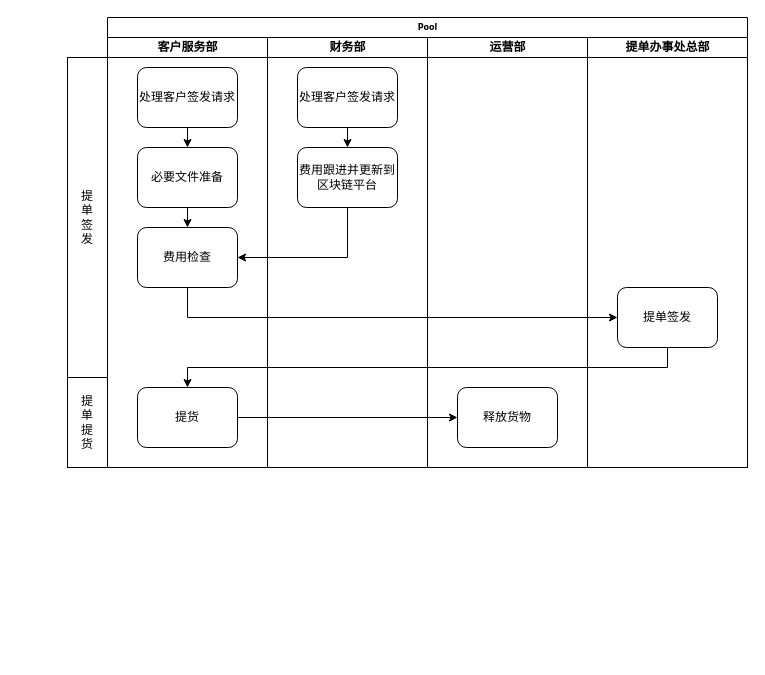
Above: 指示提单全流程优化后.drawio in huangdamon/taobao_catch (draw.io), before the change. Source tidied: cells renumbered, new cells numbered last; positions are measured from the earlier drawing's top-left corner, leaving out a move shared by most shapes. Both pictures are drawn from the tidied source at 100%, with x=0, y=0 at pixel (67, 17).
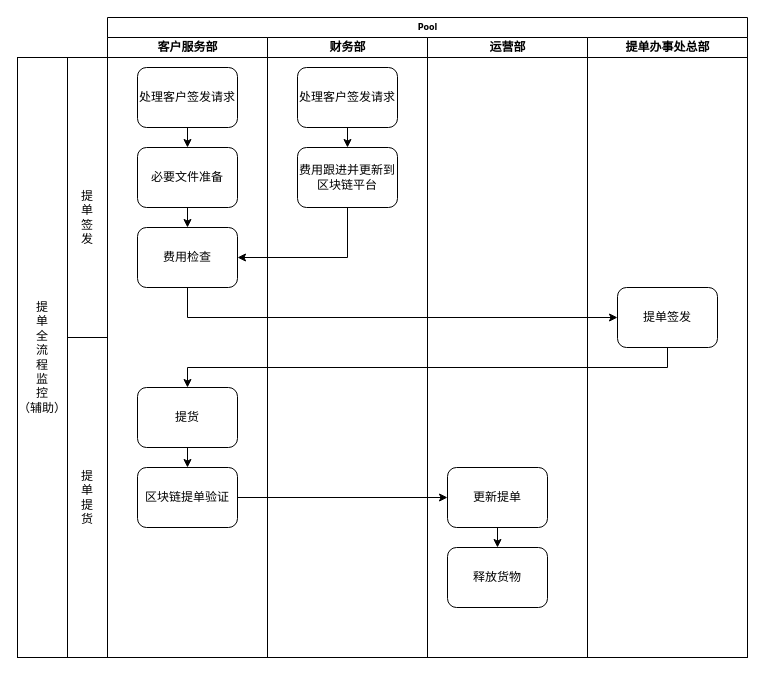
The same diagram, later.

Commit message (it also covers changes not shown here):
Update 指示提单全流程优化后.drawio

Unchanged cells that the change refers to:
```xml
<mxCell id="8" value="&lt;font style=&quot;font-size: 12px;&quot;&gt;费用检查&lt;/font&gt;" style="rounded=1;whiteSpace=wrap;html=1;shadow=0;labelBackgroundColor=none;strokeWidth=1;fontFamily=Verdana;fontSize=8;align=center;" parent="3" vertex="1">
  <mxGeometry x="30" y="190" width="100" height="60" as="geometry" />
</mxCell>
<mxCell id="9" value="&lt;font style=&quot;font-size: 12px;&quot;&gt;提货&lt;/font&gt;" style="rounded=1;whiteSpace=wrap;html=1;shadow=0;labelBackgroundColor=none;strokeWidth=1;fontFamily=Verdana;fontSize=8;align=center;" parent="3" vertex="1">
  <mxGeometry x="30" y="350" width="100" height="60" as="geometry" />
</mxCell>
<mxCell id="17" value="&lt;font style=&quot;font-size: 12px;&quot;&gt;提单签发&lt;/font&gt;" style="rounded=1;whiteSpace=wrap;html=1;shadow=0;labelBackgroundColor=none;strokeWidth=1;fontFamily=Verdana;fontSize=8;align=center;" parent="16" vertex="1">
  <mxGeometry x="30" y="250" width="100" height="60" as="geometry" />
</mxCell>
```

Diff of the diagram source:
```diff
@@
     <mxCell id="2" value="Pool" style="swimlane;html=1;startSize=20;rounded=0;shadow=0;labelBackgroundColor=none;strokeWidth=1;fontFamily=Verdana;fontSize=8;align=center;" parent="1" vertex="1">
-      <mxGeometry x="40" width="640" height="450" as="geometry" />
+      <mxGeometry x="40" width="640" height="640" as="geometry" />
     </mxCell>
     <mxCell id="3" value="客户服务部" style="swimlane;html=1;startSize=20;" parent="2" vertex="1">
-      <mxGeometry y="20" width="160" height="430" as="geometry" />
+      <mxGeometry y="20" width="160" height="620" as="geometry" />
     </mxCell>
@@
+    <mxCell id="24" style="edgeStyle=orthogonalEdgeStyle;rounded=0;jettySize=auto;html=1;exitX=0.5;exitY=1;exitDx=0;exitDy=0;entryX=0.5;entryY=0;entryDx=0;entryDy=0;" parent="3" edge="1" source="9" target="25">
+      <mxGeometry relative="1" as="geometry" />
+    </mxCell>
@@
+    <mxCell id="25" value="&lt;font style=&quot;font-size: 12px;&quot;&gt;区块链提单验证&lt;/font&gt;" style="rounded=1;whiteSpace=wrap;html=1;shadow=0;labelBackgroundColor=none;strokeWidth=1;fontFamily=Verdana;fontSize=8;align=center;" parent="3" vertex="1">
+      <mxGeometry x="30" y="430" width="100" height="60" as="geometry" />
+    </mxCell>
     <mxCell id="10" value="财务部" style="swimlane;html=1;startSize=20;" parent="2" vertex="1">
-      <mxGeometry x="160" y="20" width="160" height="430" as="geometry" />
+      <mxGeometry x="160" y="20" width="160" height="620" as="geometry" />
     </mxCell>
@@
     <mxCell id="14" value="运营部" style="swimlane;html=1;startSize=20;" parent="2" vertex="1">
-      <mxGeometry x="320" y="20" width="160" height="430" as="geometry" />
+      <mxGeometry x="320" y="20" width="160" height="620" as="geometry" />
     </mxCell>
+    <mxCell id="26" style="edgeStyle=orthogonalEdgeStyle;rounded=0;jettySize=auto;html=1;exitX=0.5;exitY=1;exitDx=0;exitDy=0;entryX=0.5;entryY=0;entryDx=0;entryDy=0;" parent="14" edge="1" source="15" target="27">
+      <mxGeometry relative="1" as="geometry" />
+    </mxCell>
-    <mxCell id="15" value="&lt;font style=&quot;font-size: 12px;&quot;&gt;释放货物&lt;/font&gt;" style="rounded=1;whiteSpace=wrap;html=1;shadow=0;labelBackgroundColor=none;strokeWidth=1;fontFamily=Verdana;fontSize=8;align=center;" parent="14" vertex="1">
-      <mxGeometry x="30" y="350" width="100" height="60" as="geometry" />
+    <mxCell id="15" value="&lt;span style=&quot;font-size: 12px;&quot;&gt;更新提单&lt;/span&gt;" style="rounded=1;whiteSpace=wrap;html=1;shadow=0;labelBackgroundColor=none;strokeWidth=1;fontFamily=Verdana;fontSize=8;align=center;" parent="14" vertex="1">
+      <mxGeometry x="20" y="430" width="100" height="60" as="geometry" />
     </mxCell>
+    <mxCell id="27" value="&lt;font style=&quot;font-size: 12px;&quot;&gt;释放货物&lt;/font&gt;" style="rounded=1;whiteSpace=wrap;html=1;shadow=0;labelBackgroundColor=none;strokeWidth=1;fontFamily=Verdana;fontSize=8;align=center;" parent="14" vertex="1">
+      <mxGeometry x="20" y="510" width="100" height="60" as="geometry" />
+    </mxCell>
     <mxCell id="16" value="提单办事处总部" style="swimlane;html=1;startSize=20;" parent="2" vertex="1">
-      <mxGeometry x="480" y="20" width="160" height="430" as="geometry" />
+      <mxGeometry x="480" y="20" width="160" height="620" as="geometry" />
     </mxCell>
@@
-    <mxCell id="19" style="edgeStyle=orthogonalEdgeStyle;rounded=0;jettySize=auto;html=1;exitX=1;exitY=0.5;exitDx=0;exitDy=0;" parent="2" edge="1" source="9" target="15">
-      <mxGeometry relative="1" as="geometry" />
-    </mxCell>
+    <mxCell id="21" style="edgeStyle=orthogonalEdgeStyle;rounded=0;jettySize=auto;html=1;exitX=0.5;exitY=1;exitDx=0;exitDy=0;entryX=0;entryY=0.5;entryDx=0;entryDy=0;" parent="2" edge="1" source="8" target="17">
+      <mxGeometry relative="1" as="geometry" />
+    </mxCell>
-    <mxCell id="20" style="edgeStyle=orthogonalEdgeStyle;rounded=0;jettySize=auto;html=1;exitX=0.5;exitY=1;exitDx=0;exitDy=0;entryX=0.5;entryY=0;entryDx=0;entryDy=0;" parent="2" edge="1" source="17" target="9">
-      <mxGeometry relative="1" as="geometry">
-        <Array as="points">
-          <mxPoint x="80" y="350" />
-        </Array>
-      </mxGeometry>
+    <mxCell id="20" style="edgeStyle=orthogonalEdgeStyle;rounded=0;jettySize=auto;html=1;exitX=0.5;exitY=1;exitDx=0;exitDy=0;" parent="2" edge="1" source="17" target="9">
+      <mxGeometry relative="1" as="geometry" />
     </mxCell>
-    <mxCell id="21" style="edgeStyle=orthogonalEdgeStyle;rounded=0;jettySize=auto;html=1;exitX=0.5;exitY=1;exitDx=0;exitDy=0;entryX=0;entryY=0.5;entryDx=0;entryDy=0;" parent="2" edge="1" source="8" target="17">
-      <mxGeometry relative="1" as="geometry" />
-    </mxCell>
+    <mxCell id="28" style="edgeStyle=orthogonalEdgeStyle;rounded=0;jettySize=auto;html=1;exitX=1;exitY=0.5;exitDx=0;exitDy=0;entryX=0;entryY=0.5;entryDx=0;entryDy=0;" parent="2" edge="1" source="25" target="15">
+      <mxGeometry relative="1" as="geometry" />
+    </mxCell>
@@
     <mxCell id="23" value="提&lt;br&gt;单&lt;br&gt;提&lt;br&gt;货" style="rounded=0;whiteSpace=wrap;html=1;" parent="1" vertex="1">
-      <mxGeometry y="360" width="40" height="90" as="geometry" />
+      <mxGeometry y="320" width="40" height="320" as="geometry" />
     </mxCell>
+    <mxCell id="29" value="提&lt;br&gt;单&lt;br&gt;全&lt;br&gt;流&lt;br&gt;程&lt;br&gt;监&lt;br&gt;控&lt;br&gt;（辅助）" style="rounded=0;whiteSpace=wrap;html=1;" parent="1" vertex="1">
+      <mxGeometry x="-50" y="40" width="50" height="600" as="geometry" />
+    </mxCell>
```
